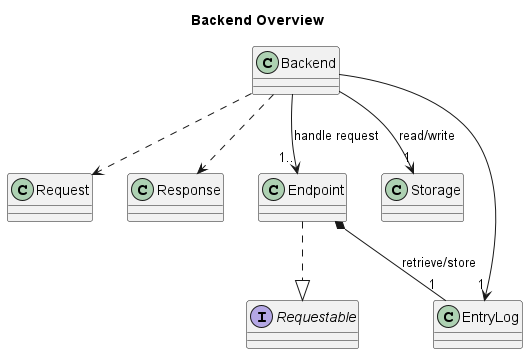
Above: docs/static/backend/BackendOverviewClassDiagram.png in nus-cs2113-AY2223S2/tp (PlantUML), before the change.
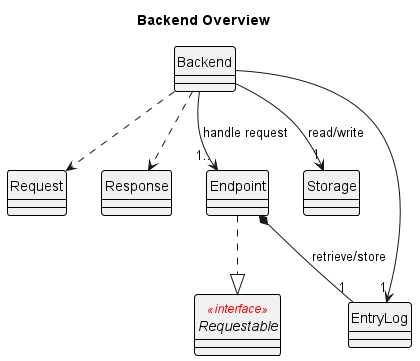
Later version of the same file.

Change to the diagram source:
```diff
@@ -1,8 +1,9 @@
 @startuml
 title Backend Overview
+!include ../Style.puml
 
 class Backend
-interface Requestable
+interface Requestable <<interface>>
 class Request
 class Response
 abstract class Endpoint
```
